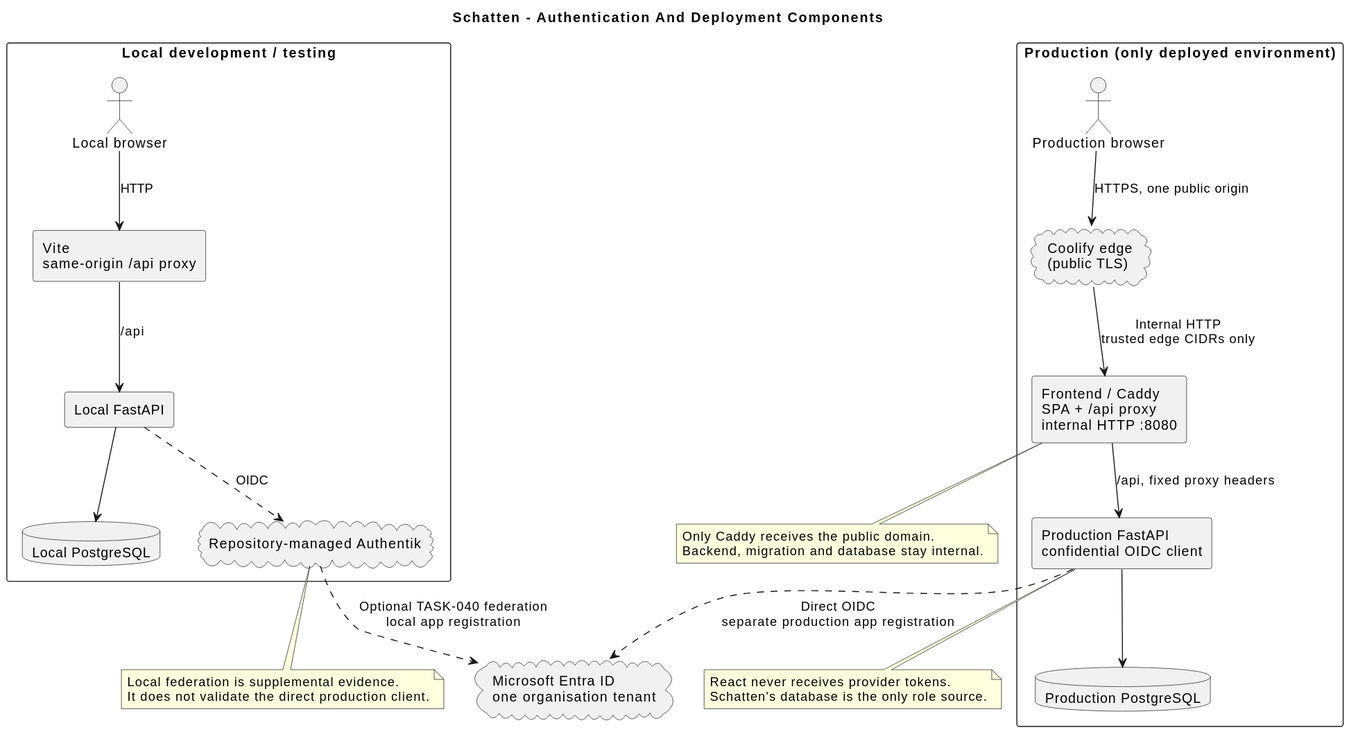
Before: docs/diagrams/generated/component-authentication-topology.svg, a diagram exported from PlantUML (lupaus-eu/shadow). The source it was exported from:
```plantuml
@startuml
title Schatten - Authentication And Deployment Components

skinparam componentStyle rectangle
skinparam shadowing false

cloud "Microsoft Entra ID\none organisation tenant" as entra

rectangle "Local development / testing" {
  actor "Local browser" as local_browser
  component "Vite\nsame-origin /api proxy" as vite
  component "Local FastAPI" as local_api
  database "Local PostgreSQL" as local_db
  cloud "Repository-managed Authentik" as authentik

  local_browser --> vite : HTTP
  vite --> local_api : /api
  local_api --> local_db
  local_api ..> authentik : OIDC
}

rectangle "Production (only deployed environment)" {
  actor "Production browser" as prod_browser
  cloud "Coolify edge\n(public TLS)" as edge
  component "Frontend / Caddy\nSPA + /api proxy\ninternal HTTP :8080" as caddy
  component "Production FastAPI\nconfidential OIDC client" as prod_api
  database "Production PostgreSQL" as prod_db

  prod_browser --> edge : HTTPS, one public origin
  edge --> caddy : Internal HTTP\ntrusted edge CIDRs only
  caddy --> prod_api : /api, fixed proxy headers
  prod_api --> prod_db
}

authentik ..> entra : Optional TASK-040 federation\nlocal app registration
prod_api ..> entra : Direct OIDC\nseparate production app registration

note bottom of authentik
  Local federation is supplemental evidence.
  It does not validate the direct production client.
end note

note bottom of caddy
  Only Caddy receives the public domain.
  Backend, migration and database stay internal.
end note

note bottom of prod_api
  React never receives provider tokens.
  Schatten's database is the only role source.
end note
@enduml
```
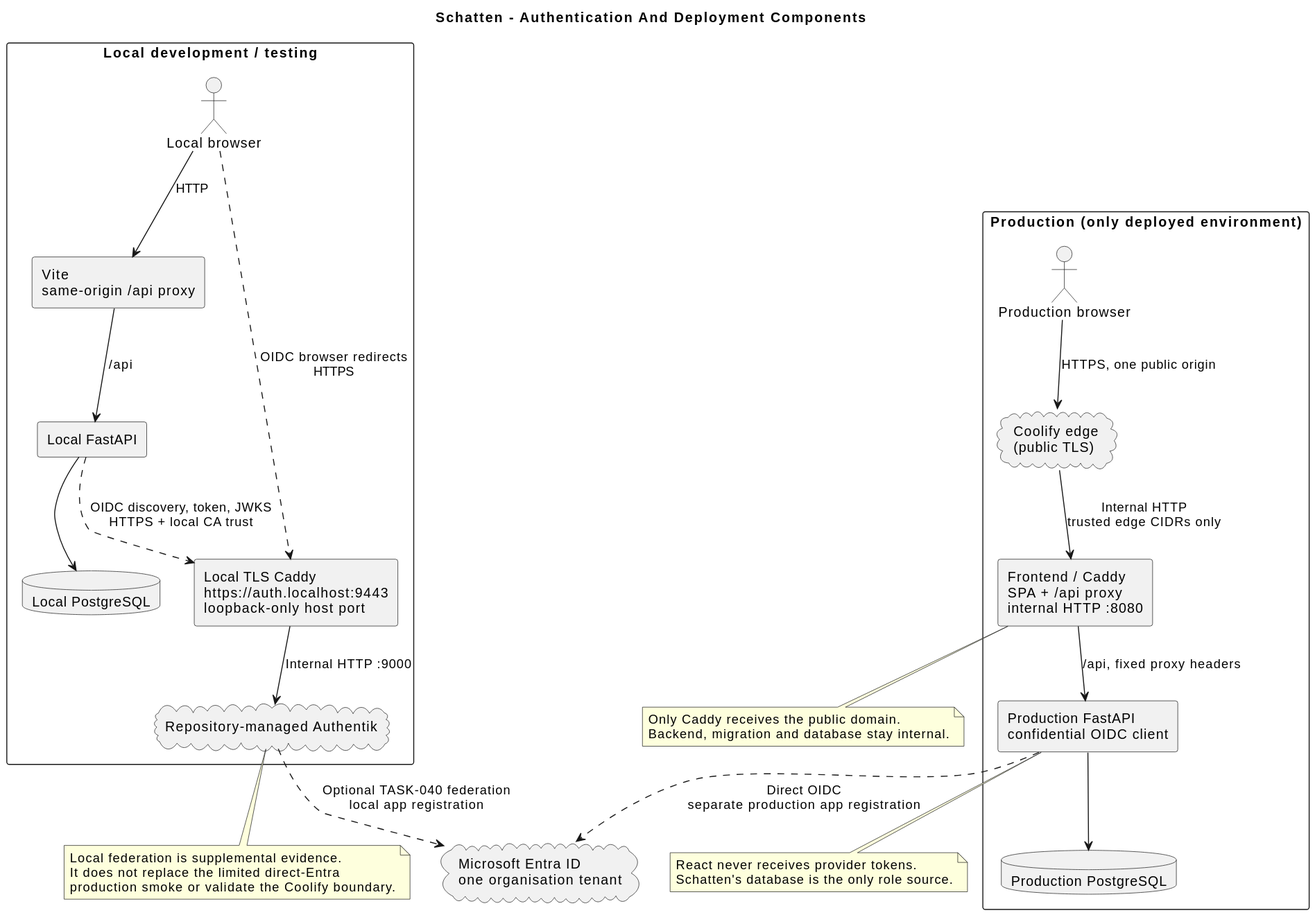
After the change.

Change to the diagram source:
```diff
@@ -11,12 +11,15 @@
   component "Vite\nsame-origin /api proxy" as vite
   component "Local FastAPI" as local_api
   database "Local PostgreSQL" as local_db
+  component "Local TLS Caddy\nhttps://auth.localhost:9443\nloopback-only host port" as local_tls
   cloud "Repository-managed Authentik" as authentik
 
   local_browser --> vite : HTTP
   vite --> local_api : /api
   local_api --> local_db
-  local_api ..> authentik : OIDC
+  local_browser ..> local_tls : OIDC browser redirects\nHTTPS
+  local_api ..> local_tls : OIDC discovery, token, JWKS\nHTTPS + local CA trust
+  local_tls --> authentik : Internal HTTP :9000
 }
 
 rectangle "Production (only deployed environment)" {
@@ -37,7 +40,8 @@
 
 note bottom of authentik
   Local federation is supplemental evidence.
-  It does not validate the direct production client.
+  It does not replace the limited direct-Entra
+  production smoke or validate the Coolify boundary.
 end note
 
 note bottom of caddy
```
